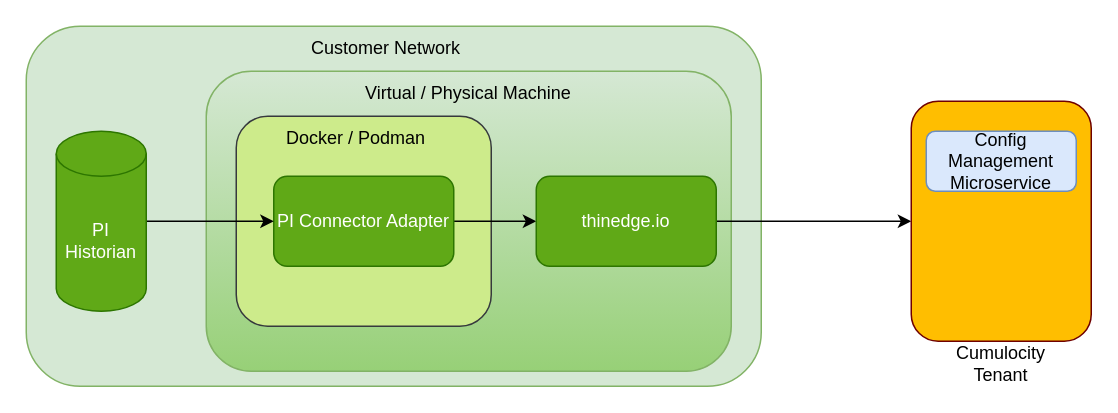
Cumulocity-IoT/thin-edge-aveva-pi-connector keeps this draw.io diagram as Pi_Connector.drawio. Above is the earlier version. Source tidied: cells renumbered, new cells numbered last; positions are measured from the earlier drawing's top-left corner, leaving out a move shared by most shapes. Both pictures are drawn from the tidied source at 150%, with x=0, y=0 at pixel (26, 26).
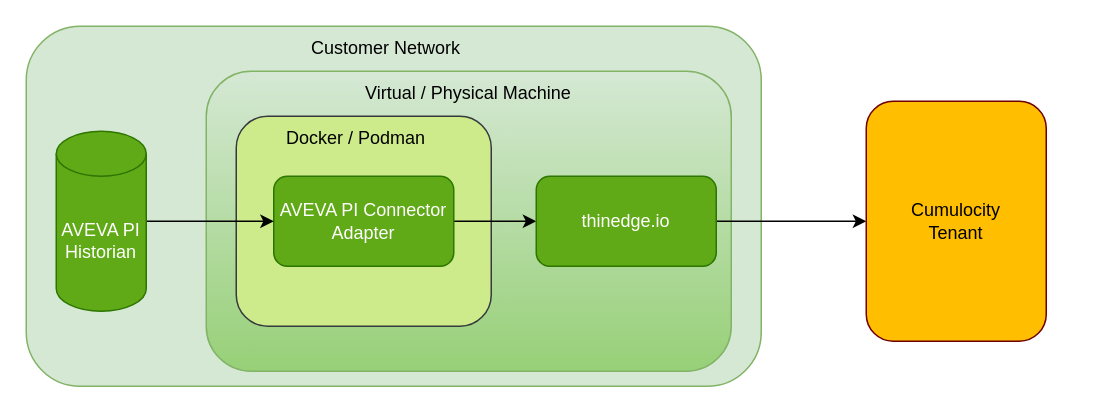
The same page after the edit.

Diff of the diagram source:
```diff
@@
-<mxGraphModel>
+<mxGraphModel background="#ffffff">
   <root>
     <mxCell id="0" />
     <mxCell id="1" parent="0" />
     <mxCell id="2" style="rounded=1;whiteSpace=wrap;html=1;fillColor=#d5e8d4;strokeColor=#82b366;" parent="1" vertex="1">
       <mxGeometry width="490" height="240" as="geometry" />
     </mxCell>
     <mxCell id="3" style="rounded=1;whiteSpace=wrap;html=1;fillColor=#d5e8d4;strokeColor=#82b366;gradientColor=#97d077;" parent="1" vertex="1">
       <mxGeometry x="120" y="30" width="350" height="200" as="geometry" />
     </mxCell>
     <mxCell id="4" style="rounded=1;whiteSpace=wrap;html=1;fillColor=#cdeb8b;strokeColor=#36393d;" parent="1" vertex="1">
       <mxGeometry x="140" y="60" width="170" height="140" as="geometry" />
     </mxCell>
     <mxCell id="5" style="edgeStyle=orthogonalEdgeStyle;rounded=0;jettySize=auto;html=1;entryX=0;entryY=0.5;entryDx=0;entryDy=0;" parent="1" edge="1" source="6" target="8">
       <mxGeometry relative="1" as="geometry" />
     </mxCell>
-    <mxCell id="6" value="PI Connector Adapter" style="rounded=1;whiteSpace=wrap;html=1;fillColor=#60a917;fontColor=#ffffff;strokeColor=#2D7600;" parent="1" vertex="1">
+    <mxCell id="6" value="AVEVA PI Connector Adapter" style="rounded=1;whiteSpace=wrap;html=1;fillColor=#60a917;fontColor=#ffffff;strokeColor=#2D7600;" parent="1" vertex="1">
       <mxGeometry x="165" y="100" width="120" height="60" as="geometry" />
     </mxCell>
     <mxCell id="7" style="edgeStyle=orthogonalEdgeStyle;rounded=0;jettySize=auto;html=1;entryX=0;entryY=0.5;entryDx=0;entryDy=0;" parent="1" edge="1" source="8" target="14">
       <mxGeometry relative="1" as="geometry" />
     </mxCell>
     <mxCell id="8" value="thinedge.io" style="rounded=1;whiteSpace=wrap;html=1;fillColor=#60a917;fontColor=#ffffff;strokeColor=#2D7600;" parent="1" vertex="1">
       <mxGeometry x="340" y="100" width="120" height="60" as="geometry" />
     </mxCell>
     <mxCell id="9" value="Docker / Podman" style="text;html=1;whiteSpace=wrap;strokeColor=none;fillColor=none;align=center;verticalAlign=middle;rounded=0;" parent="1" vertex="1">
       <mxGeometry x="160" y="60" width="120" height="30" as="geometry" />
     </mxCell>
     <mxCell id="10" value="Virtual / Physical Machine" style="text;html=1;whiteSpace=wrap;strokeColor=none;fillColor=none;align=center;verticalAlign=middle;rounded=0;" parent="1" vertex="1">
       <mxGeometry x="225" y="30" width="140" height="30" as="geometry" />
     </mxCell>
     <mxCell id="11" value="Customer Network" style="text;html=1;whiteSpace=wrap;strokeColor=none;fillColor=none;align=center;verticalAlign=middle;rounded=0;" parent="1" vertex="1">
       <mxGeometry x="170" width="140" height="30" as="geometry" />
     </mxCell>
     <mxCell id="12" style="edgeStyle=orthogonalEdgeStyle;rounded=0;jettySize=auto;html=1;" parent="1" edge="1" source="13" target="6">
       <mxGeometry relative="1" as="geometry" />
     </mxCell>
-    <mxCell id="13" value="PI Historian" style="shape=cylinder3;whiteSpace=wrap;html=1;boundedLbl=1;backgroundOutline=1;size=15;fillColor=#60a917;fontColor=#ffffff;strokeColor=#2D7600;" parent="1" vertex="1">
+    <mxCell id="13" value="AVEVA PI Historian" style="shape=cylinder3;whiteSpace=wrap;html=1;boundedLbl=1;backgroundOutline=1;size=15;fillColor=#60a917;fontColor=#ffffff;strokeColor=#2D7600;" parent="1" vertex="1">
       <mxGeometry x="20" y="70" width="60" height="120" as="geometry" />
     </mxCell>
     <mxCell id="14" style="rounded=1;whiteSpace=wrap;html=1;fillColor=#FFBE00;strokeColor=#6F0000;fontColor=#ffffff;" parent="1" vertex="1">
-      <mxGeometry x="590" y="50" width="120" height="160" as="geometry" />
+      <mxGeometry x="560" y="50" width="120" height="160" as="geometry" />
     </mxCell>
-    <mxCell id="15" value="Config Management Microservice" style="rounded=1;whiteSpace=wrap;html=1;fillColor=#dae8fc;strokeColor=#6c8ebf;" parent="1" vertex="1">
-      <mxGeometry x="600" y="70" width="100" height="40" as="geometry" />
-    </mxCell>
     <mxCell id="16" value="Cumulocity Tenant" style="text;html=1;whiteSpace=wrap;strokeColor=none;fillColor=none;align=center;verticalAlign=middle;rounded=0;" parent="1" vertex="1">
-      <mxGeometry x="620" y="210" width="60" height="30" as="geometry" />
+      <mxGeometry x="590" y="115" width="60" height="30" as="geometry" />
     </mxCell>
   </root>
 </mxGraphModel>
```
